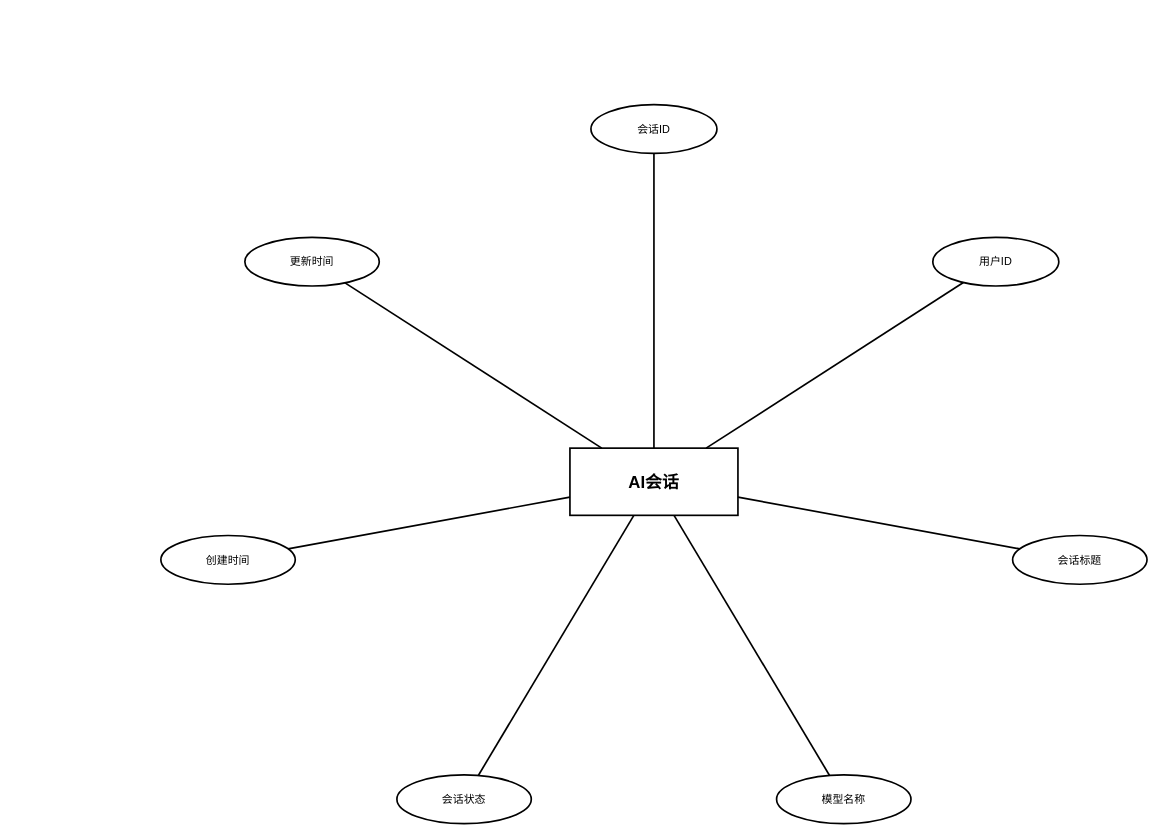
Before: DOCS/thesis/figures/entity-diagrams/ai_conversations/ai_conversations_entity.drawio in 612cs/TrailQuest, a draw.io diagram. Source tidied: cells renumbered, new cells numbered last; positions are measured from the earlier drawing's top-left corner, leaving out a move shared by most shapes. Both pictures are drawn from the tidied source at 84%, with x=0, y=0 at pixel (160, 104).
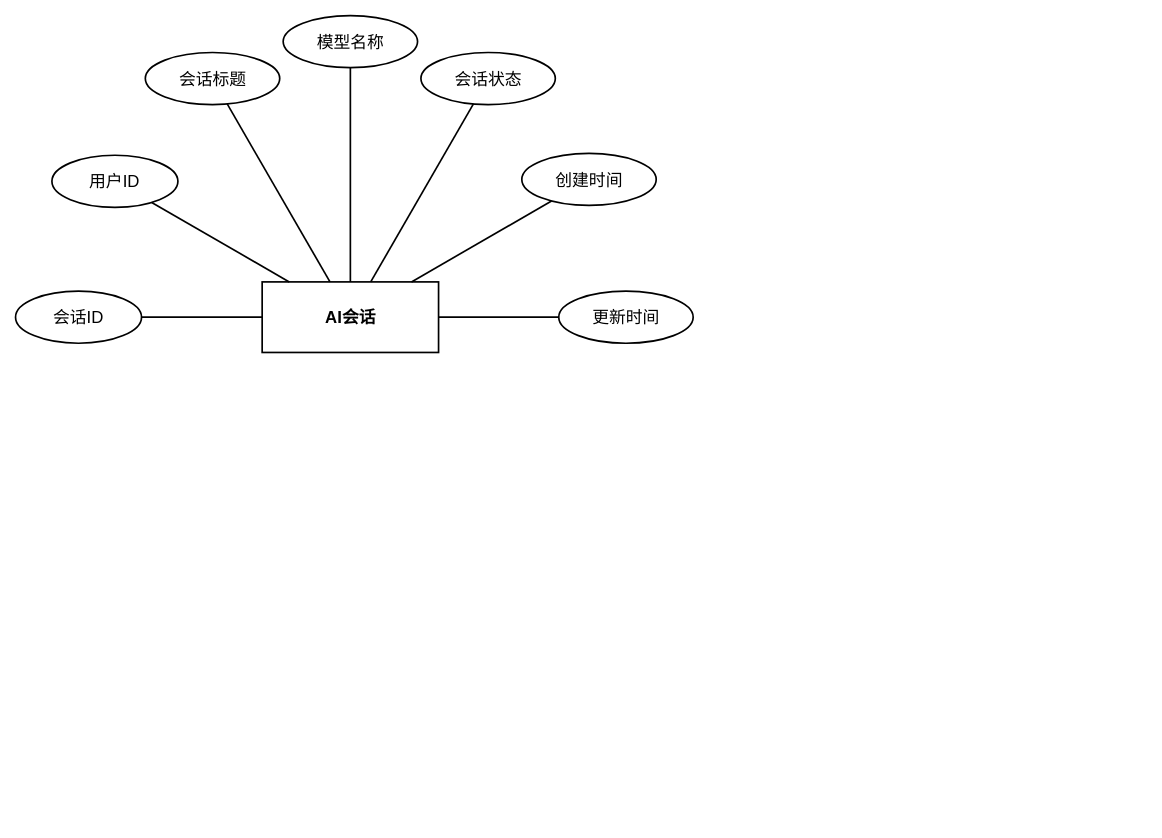
The same diagram, later.

What changed in the source:
```diff
@@
 <mxGraphModel>
   <root>
     <mxCell id="0" />
     <mxCell id="1" parent="0" />
-    <mxCell id="2" value="AI会话" style="rounded=0;whiteSpace=wrap;html=1;fillColor=#ffffff;strokeColor=#000000;fontColor=#000000;fontFamily=Arial;fontSize=20;fontStyle=1;align=center;verticalAlign=middle;strokeWidth=2;" parent="1" vertex="1">
-      <mxGeometry x="487" y="409" width="200" height="80" as="geometry" />
+    <mxCell id="2" value="AI会话" style="rounded=0;whiteSpace=wrap;html=1;fillColor=none;strokeColor=#000000;fontColor=#000000;fontFamily=Arial;fontSize=20;fontStyle=1;align=center;verticalAlign=middle;strokeWidth=2;gradientColor=none;shadow=0;glass=0;" parent="1" vertex="1">
+      <mxGeometry x="120.6" y="211.1" width="210" height="84" as="geometry" />
     </mxCell>
-    <mxCell id="3" value="会话ID" style="ellipse;whiteSpace=wrap;html=1;fillColor=#ffffff;strokeColor=#000000;fontColor=#000000;fontFamily=Arial;fontSize=13;align=center;verticalAlign=middle;strokeWidth=2;" parent="1" vertex="1">
-      <mxGeometry x="512" width="150" height="58" as="geometry" />
+    <mxCell id="3" value="会话ID" style="ellipse;whiteSpace=wrap;html=1;fillColor=none;strokeColor=#000000;fontColor=#000000;fontFamily=Arial;fontSize=20;align=center;verticalAlign=middle;strokeWidth=2;gradientColor=none;shadow=0;glass=0;" parent="1" vertex="1">
+      <mxGeometry x="-173" y="222.1" width="150" height="62" as="geometry" />
     </mxCell>
-    <mxCell id="4" value="用户ID" style="ellipse;whiteSpace=wrap;html=1;fillColor=#ffffff;strokeColor=#000000;fontColor=#000000;fontFamily=Arial;fontSize=13;align=center;verticalAlign=middle;strokeWidth=2;" parent="1" vertex="1">
-      <mxGeometry x="919" y="158" width="150" height="58" as="geometry" />
+    <mxCell id="4" value="用户ID" style="ellipse;whiteSpace=wrap;html=1;fillColor=none;strokeColor=#000000;fontColor=#000000;fontFamily=Arial;fontSize=20;align=center;verticalAlign=middle;strokeWidth=2;gradientColor=none;shadow=0;glass=0;" parent="1" vertex="1">
+      <mxGeometry x="-129.7" y="60.3" width="150" height="62" as="geometry" />
     </mxCell>
-    <mxCell id="5" value="会话标题" style="ellipse;whiteSpace=wrap;html=1;fillColor=#ffffff;strokeColor=#000000;fontColor=#000000;fontFamily=Arial;fontSize=13;align=center;verticalAlign=middle;strokeWidth=2;" parent="1" vertex="1">
-      <mxGeometry x="1014" y="513" width="160" height="58" as="geometry" />
+    <mxCell id="5" value="会话标题" style="ellipse;whiteSpace=wrap;html=1;fillColor=none;strokeColor=#000000;fontColor=#000000;fontFamily=Arial;fontSize=20;align=center;verticalAlign=middle;strokeWidth=2;gradientColor=none;shadow=0;glass=0;" parent="1" vertex="1">
+      <mxGeometry x="-18.5" y="-62" width="160" height="62" as="geometry" />
     </mxCell>
-    <mxCell id="6" value="模型名称" style="ellipse;whiteSpace=wrap;html=1;fillColor=#ffffff;strokeColor=#000000;fontColor=#000000;fontFamily=Arial;fontSize=13;align=center;verticalAlign=middle;strokeWidth=2;" parent="1" vertex="1">
-      <mxGeometry x="733" y="798" width="160" height="58" as="geometry" />
+    <mxCell id="6" value="模型名称" style="ellipse;whiteSpace=wrap;html=1;fillColor=none;strokeColor=#000000;fontColor=#000000;fontFamily=Arial;fontSize=20;align=center;verticalAlign=middle;strokeWidth=2;gradientColor=none;shadow=0;glass=0;" parent="1" vertex="1">
+      <mxGeometry x="145.6" y="-106" width="160" height="62" as="geometry" />
     </mxCell>
-    <mxCell id="7" value="会话状态" style="ellipse;whiteSpace=wrap;html=1;fillColor=#ffffff;strokeColor=#000000;fontColor=#000000;fontFamily=Arial;fontSize=13;align=center;verticalAlign=middle;strokeWidth=2;" parent="1" vertex="1">
-      <mxGeometry x="281" y="798" width="160" height="58" as="geometry" />
+    <mxCell id="7" value="会话状态" style="ellipse;whiteSpace=wrap;html=1;fillColor=none;strokeColor=#000000;fontColor=#000000;fontFamily=Arial;fontSize=20;align=center;verticalAlign=middle;strokeWidth=2;gradientColor=none;shadow=0;glass=0;" parent="1" vertex="1">
+      <mxGeometry x="309.6" y="-62" width="160" height="62" as="geometry" />
     </mxCell>
-    <mxCell id="8" value="创建时间" style="ellipse;whiteSpace=wrap;html=1;fillColor=#ffffff;strokeColor=#000000;fontColor=#000000;fontFamily=Arial;fontSize=13;align=center;verticalAlign=middle;strokeWidth=2;" parent="1" vertex="1">
-      <mxGeometry y="513" width="160" height="58" as="geometry" />
+    <mxCell id="8" value="创建时间" style="ellipse;whiteSpace=wrap;html=1;fillColor=none;strokeColor=#000000;fontColor=#000000;fontFamily=Arial;fontSize=20;align=center;verticalAlign=middle;strokeWidth=2;gradientColor=none;shadow=0;glass=0;" parent="1" vertex="1">
+      <mxGeometry x="429.7" y="58.1" width="160" height="62" as="geometry" />
     </mxCell>
-    <mxCell id="9" value="更新时间" style="ellipse;whiteSpace=wrap;html=1;fillColor=#ffffff;strokeColor=#000000;fontColor=#000000;fontFamily=Arial;fontSize=13;align=center;verticalAlign=middle;strokeWidth=2;" parent="1" vertex="1">
-      <mxGeometry x="100" y="158" width="160" height="58" as="geometry" />
+    <mxCell id="9" value="更新时间" style="ellipse;whiteSpace=wrap;html=1;fillColor=none;strokeColor=#000000;fontColor=#000000;fontFamily=Arial;fontSize=20;align=center;verticalAlign=middle;strokeWidth=2;gradientColor=none;shadow=0;glass=0;" parent="1" vertex="1">
+      <mxGeometry x="473.7" y="222.1" width="160" height="62" as="geometry" />
     </mxCell>
     <mxCell id="10" style="endArrow=none;html=1;rounded=0;strokeColor=#000000;strokeWidth=2;" parent="1" edge="1" source="2" target="3">
       <mxGeometry relative="1" as="geometry" />
     </mxCell>
     <mxCell id="11" style="endArrow=none;html=1;rounded=0;strokeColor=#000000;strokeWidth=2;" parent="1" edge="1" source="2" target="4">
       <mxGeometry relative="1" as="geometry" />
     </mxCell>
     <mxCell id="12" style="endArrow=none;html=1;rounded=0;strokeColor=#000000;strokeWidth=2;" parent="1" edge="1" source="2" target="5">
       <mxGeometry relative="1" as="geometry" />
     </mxCell>
     <mxCell id="13" style="endArrow=none;html=1;rounded=0;strokeColor=#000000;strokeWidth=2;" parent="1" edge="1" source="2" target="6">
       <mxGeometry relative="1" as="geometry" />
     </mxCell>
     <mxCell id="14" style="endArrow=none;html=1;rounded=0;strokeColor=#000000;strokeWidth=2;" parent="1" edge="1" source="2" target="7">
       <mxGeometry relative="1" as="geometry" />
     </mxCell>
     <mxCell id="15" style="endArrow=none;html=1;rounded=0;strokeColor=#000000;strokeWidth=2;" parent="1" edge="1" source="2" target="8">
       <mxGeometry relative="1" as="geometry" />
     </mxCell>
     <mxCell id="16" style="endArrow=none;html=1;rounded=0;strokeColor=#000000;strokeWidth=2;" parent="1" edge="1" source="2" target="9">
       <mxGeometry relative="1" as="geometry" />
     </mxCell>
   </root>
 </mxGraphModel>
```
